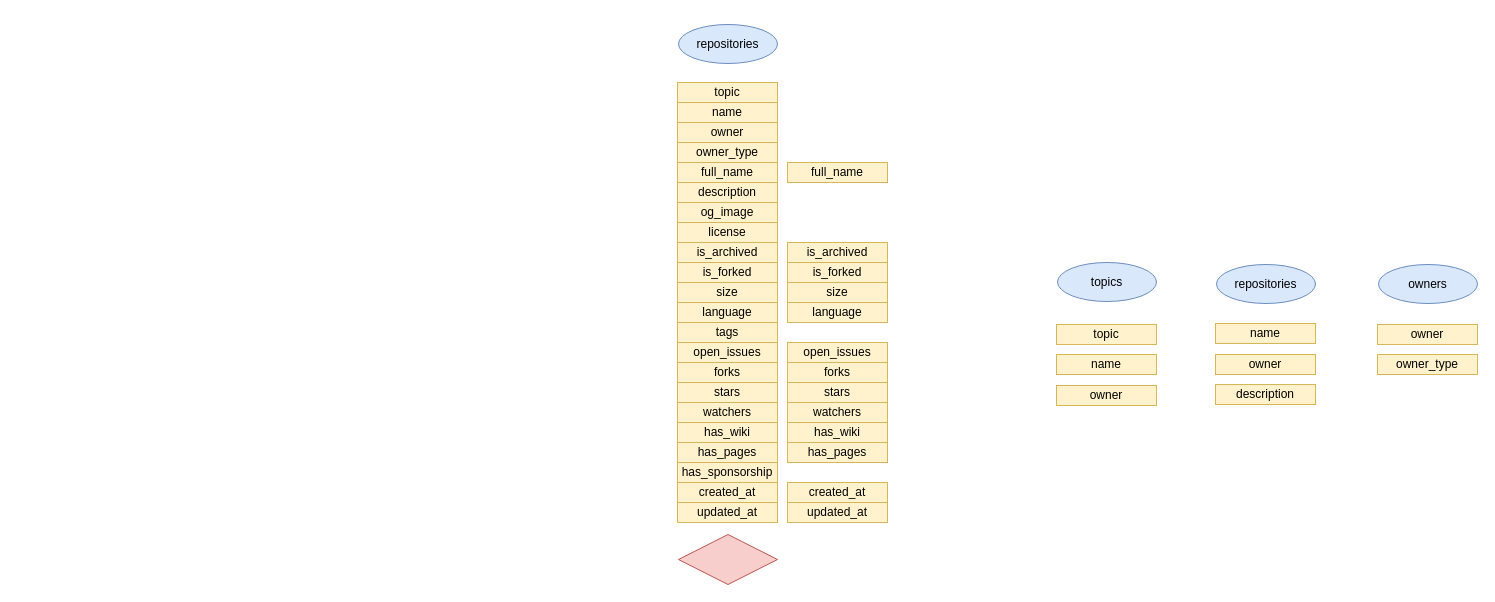
Above: er_model/ER.drawio in diegoalonso-sm/database-final-project (draw.io), before the change. Source tidied: cells renumbered, new cells numbered last; positions are measured from the earlier drawing's top-left corner, leaving out a move shared by most shapes. Both pictures are drawn from the tidied source at 100%, with x=0, y=0 at pixel (677, 24).
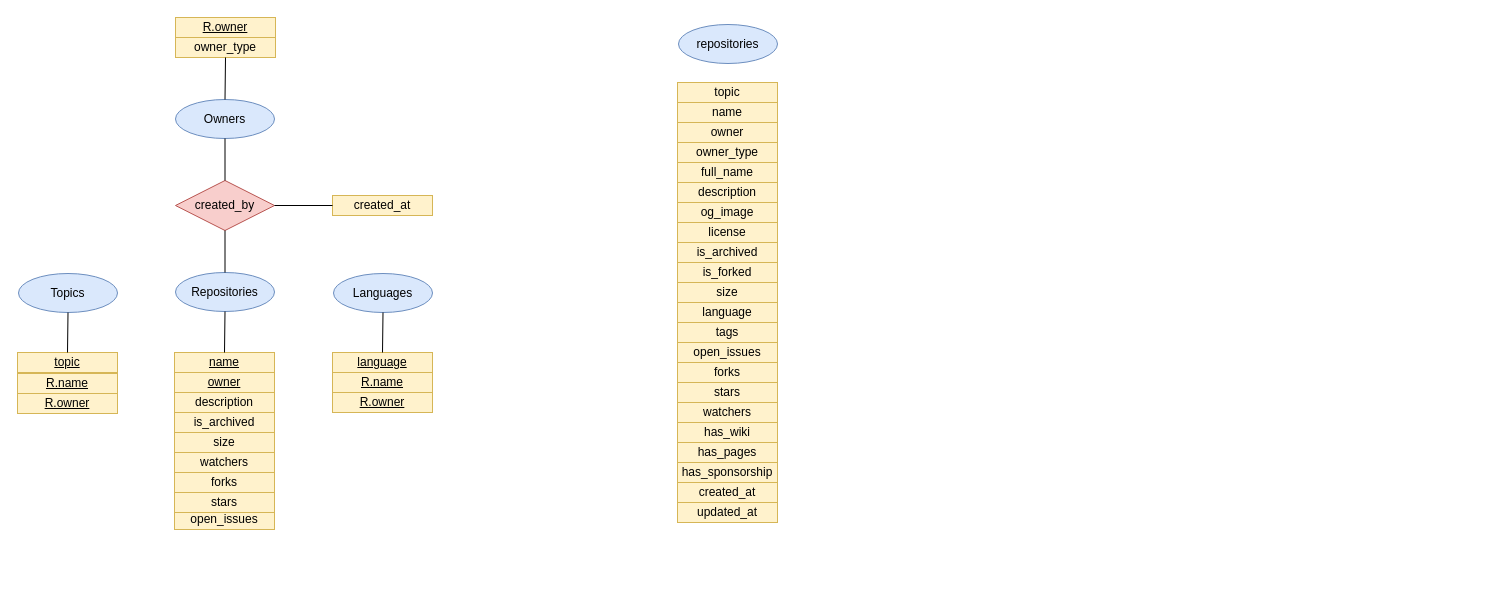
After the change.

What changed in the source:
```diff
@@
-    <mxCell id="24" style="rhombus;whiteSpace=wrap;html=1;fillColor=#f8cecc;strokeColor=#b85450;" parent="1" vertex="1">
-      <mxGeometry x="1" y="510" width="99" height="50" as="geometry" />
-    </mxCell>
     <mxCell id="25" value="owner_type" style="rounded=0;whiteSpace=wrap;html=1;fillColor=#fff2cc;strokeColor=#d6b656;" parent="1" vertex="1">
-      <mxGeometry x="700" y="330" width="100" height="20" as="geometry" />
+      <mxGeometry x="-502" y="13" width="100" height="20" as="geometry" />
     </mxCell>
-    <mxCell id="26" value="full_name" style="rounded=0;whiteSpace=wrap;html=1;fillColor=#fff2cc;strokeColor=#d6b656;" parent="1" vertex="1">
-      <mxGeometry x="110" y="138" width="100" height="20" as="geometry" />
-    </mxCell>
     <mxCell id="27" value="description" style="rounded=0;whiteSpace=wrap;html=1;fillColor=#fff2cc;strokeColor=#d6b656;" parent="1" vertex="1">
-      <mxGeometry x="538" y="360" width="100" height="20" as="geometry" />
+      <mxGeometry x="-503" y="368" width="100" height="20" as="geometry" />
     </mxCell>
     <mxCell id="28" value="is_archived" style="rounded=0;whiteSpace=wrap;html=1;fillColor=#fff2cc;strokeColor=#d6b656;" parent="1" vertex="1">
-      <mxGeometry x="110" y="218" width="100" height="20" as="geometry" />
+      <mxGeometry x="-503" y="388" width="100" height="20" as="geometry" />
     </mxCell>
-    <mxCell id="29" value="is_forked" style="rounded=0;whiteSpace=wrap;html=1;fillColor=#fff2cc;strokeColor=#d6b656;" parent="1" vertex="1">
-      <mxGeometry x="110" y="238" width="100" height="20" as="geometry" />
-    </mxCell>
     <mxCell id="30" value="size" style="rounded=0;whiteSpace=wrap;html=1;fillColor=#fff2cc;strokeColor=#d6b656;" parent="1" vertex="1">
-      <mxGeometry x="110" y="258" width="100" height="20" as="geometry" />
+      <mxGeometry x="-503" y="408" width="100" height="20" as="geometry" />
     </mxCell>
-    <mxCell id="31" value="language" style="rounded=0;whiteSpace=wrap;html=1;fillColor=#fff2cc;strokeColor=#d6b656;" parent="1" vertex="1">
-      <mxGeometry x="110" y="278" width="100" height="20" as="geometry" />
-    </mxCell>
     <mxCell id="32" value="open_issues" style="rounded=0;whiteSpace=wrap;html=1;fillColor=#fff2cc;strokeColor=#d6b656;" parent="1" vertex="1">
-      <mxGeometry x="110" y="318" width="100" height="20" as="geometry" />
+      <mxGeometry x="-503" y="485" width="100" height="20" as="geometry" />
     </mxCell>
     <mxCell id="33" value="forks" style="rounded=0;whiteSpace=wrap;html=1;fillColor=#fff2cc;strokeColor=#d6b656;" parent="1" vertex="1">
-      <mxGeometry x="110" y="338" width="100" height="20" as="geometry" />
+      <mxGeometry x="-503" y="448" width="100" height="20" as="geometry" />
     </mxCell>
     <mxCell id="34" value="stars" style="rounded=0;whiteSpace=wrap;html=1;fillColor=#fff2cc;strokeColor=#d6b656;" parent="1" vertex="1">
-      <mxGeometry x="110" y="358" width="100" height="20" as="geometry" />
+      <mxGeometry x="-503" y="468" width="100" height="20" as="geometry" />
     </mxCell>
     <mxCell id="35" value="watchers" style="rounded=0;whiteSpace=wrap;html=1;fillColor=#fff2cc;strokeColor=#d6b656;" parent="1" vertex="1">
-      <mxGeometry x="110" y="378" width="100" height="20" as="geometry" />
+      <mxGeometry x="-503" y="428" width="100" height="20" as="geometry" />
     </mxCell>
-    <mxCell id="36" value="has_wiki" style="rounded=0;whiteSpace=wrap;html=1;fillColor=#fff2cc;strokeColor=#d6b656;" parent="1" vertex="1">
-      <mxGeometry x="110" y="398" width="100" height="20" as="geometry" />
-    </mxCell>
-    <mxCell id="37" value="has_pages" style="rounded=0;whiteSpace=wrap;html=1;fillColor=#fff2cc;strokeColor=#d6b656;" parent="1" vertex="1">
-      <mxGeometry x="110" y="418" width="100" height="20" as="geometry" />
-    </mxCell>
     <mxCell id="38" value="created_at" style="rounded=0;whiteSpace=wrap;html=1;fillColor=#fff2cc;strokeColor=#d6b656;" parent="1" vertex="1">
-      <mxGeometry x="110" y="458" width="100" height="20" as="geometry" />
+      <mxGeometry x="-345" y="171" width="100" height="20" as="geometry" />
     </mxCell>
-    <mxCell id="39" value="updated_at" style="rounded=0;whiteSpace=wrap;html=1;fillColor=#fff2cc;strokeColor=#d6b656;" parent="1" vertex="1">
-      <mxGeometry x="110" y="478" width="100" height="20" as="geometry" />
-    </mxCell>
-    <mxCell id="40" value="repositories" style="ellipse;whiteSpace=wrap;html=1;fillColor=#dae8fc;strokeColor=#6c8ebf;" parent="1" vertex="1">
-      <mxGeometry x="539" y="240" width="99" height="39" as="geometry" />
+    <mxCell id="40" value="Repositories" style="ellipse;whiteSpace=wrap;html=1;fillColor=#dae8fc;strokeColor=#6c8ebf;" parent="1" vertex="1">
+      <mxGeometry x="-502" y="248" width="99" height="39" as="geometry" />
     </mxCell>
-    <mxCell id="41" value="name" style="rounded=0;whiteSpace=wrap;html=1;fillColor=#fff2cc;strokeColor=#d6b656;" parent="1" vertex="1">
-      <mxGeometry x="538" y="299" width="100" height="20" as="geometry" />
+    <mxCell id="41" value="&lt;u&gt;name&lt;/u&gt;" style="rounded=0;whiteSpace=wrap;html=1;fillColor=#fff2cc;strokeColor=#d6b656;" parent="1" vertex="1">
+      <mxGeometry x="-503" y="328" width="100" height="20" as="geometry" />
     </mxCell>
-    <mxCell id="42" value="owner" style="rounded=0;whiteSpace=wrap;html=1;fillColor=#fff2cc;strokeColor=#d6b656;" parent="1" vertex="1">
-      <mxGeometry x="538" y="330" width="100" height="20" as="geometry" />
-    </mxCell>
@@
-    <mxCell id="44" value="owners" style="ellipse;whiteSpace=wrap;html=1;fillColor=#dae8fc;strokeColor=#6c8ebf;" parent="1" vertex="1">
-      <mxGeometry x="701" y="240" width="99" height="39" as="geometry" />
+    <mxCell id="44" value="Owners" style="ellipse;whiteSpace=wrap;html=1;fillColor=#dae8fc;strokeColor=#6c8ebf;" parent="1" vertex="1">
+      <mxGeometry x="-502" y="75" width="99" height="39" as="geometry" />
     </mxCell>
-    <mxCell id="45" value="owner" style="rounded=0;whiteSpace=wrap;html=1;fillColor=#fff2cc;strokeColor=#d6b656;" parent="1" vertex="1">
-      <mxGeometry x="700" y="300" width="100" height="20" as="geometry" />
+    <mxCell id="45" value="&lt;u&gt;R.owner&lt;/u&gt;" style="rounded=0;whiteSpace=wrap;html=1;fillColor=#fff2cc;strokeColor=#d6b656;" parent="1" vertex="1">
+      <mxGeometry x="-502" y="-7" width="100" height="20" as="geometry" />
     </mxCell>
-    <mxCell id="46" value="topics" style="ellipse;whiteSpace=wrap;html=1;fillColor=#dae8fc;strokeColor=#6c8ebf;" parent="1" vertex="1">
-      <mxGeometry x="380" y="238" width="99" height="39" as="geometry" />
+    <mxCell id="46" value="Topics" style="ellipse;whiteSpace=wrap;html=1;fillColor=#dae8fc;strokeColor=#6c8ebf;" parent="1" vertex="1">
+      <mxGeometry x="-659" y="249" width="99" height="39" as="geometry" />
     </mxCell>
-    <mxCell id="47" value="topic" style="rounded=0;whiteSpace=wrap;html=1;fillColor=#fff2cc;strokeColor=#d6b656;" parent="1" vertex="1">
-      <mxGeometry x="379" y="300" width="100" height="20" as="geometry" />
+    <mxCell id="47" value="&lt;u&gt;topic&lt;/u&gt;" style="rounded=0;whiteSpace=wrap;html=1;fillColor=#fff2cc;strokeColor=#d6b656;" parent="1" vertex="1">
+      <mxGeometry x="-660" y="328" width="100" height="20" as="geometry" />
     </mxCell>
-    <mxCell id="48" value="name" style="rounded=0;whiteSpace=wrap;html=1;fillColor=#fff2cc;strokeColor=#d6b656;" parent="1" vertex="1">
-      <mxGeometry x="379" y="330" width="100" height="20" as="geometry" />
-    </mxCell>
-    <mxCell id="49" value="owner" style="rounded=0;whiteSpace=wrap;html=1;fillColor=#fff2cc;strokeColor=#d6b656;" parent="1" vertex="1">
-      <mxGeometry x="379" y="361" width="100" height="20" as="geometry" />
-    </mxCell>
+    <mxCell id="50" value="Languages" style="ellipse;whiteSpace=wrap;html=1;fillColor=#dae8fc;strokeColor=#6c8ebf;" parent="1" vertex="1">
+      <mxGeometry x="-344" y="249" width="99" height="39" as="geometry" />
+    </mxCell>
+    <mxCell id="31" value="&lt;u&gt;language&lt;/u&gt;" style="rounded=0;whiteSpace=wrap;html=1;fillColor=#fff2cc;strokeColor=#d6b656;" parent="1" vertex="1">
+      <mxGeometry x="-345" y="328" width="100" height="20" as="geometry" />
+    </mxCell>
+    <mxCell id="51" style="endArrow=none;html=1;rounded=0;exitX=0.5;exitY=1;exitDx=0;exitDy=0;entryX=0.5;entryY=0;entryDx=0;entryDy=0;" parent="1" edge="1" source="46" target="47">
+      <mxGeometry relative="1" as="geometry" />
+    </mxCell>
+    <mxCell id="52" style="endArrow=none;html=1;rounded=0;entryX=0.5;entryY=1;entryDx=0;entryDy=0;exitX=0.5;exitY=0;exitDx=0;exitDy=0;" parent="1" edge="1" source="41" target="40">
+      <mxGeometry relative="1" as="geometry" />
+    </mxCell>
+    <mxCell id="53" style="endArrow=none;html=1;rounded=0;entryX=0.5;entryY=1;entryDx=0;entryDy=0;exitX=0.5;exitY=0;exitDx=0;exitDy=0;" parent="1" edge="1" source="31" target="50">
+      <mxGeometry relative="1" as="geometry" />
+    </mxCell>
+    <mxCell id="54" value="created_by" style="rhombus;whiteSpace=wrap;html=1;fillColor=#f8cecc;strokeColor=#b85450;" parent="1" vertex="1">
+      <mxGeometry x="-502" y="156" width="99" height="50" as="geometry" />
+    </mxCell>
+    <mxCell id="55" style="endArrow=none;html=1;rounded=0;entryX=0.5;entryY=1;entryDx=0;entryDy=0;exitX=0.5;exitY=0;exitDx=0;exitDy=0;" parent="1" edge="1" source="40" target="54">
+      <mxGeometry relative="1" as="geometry" />
+    </mxCell>
+    <mxCell id="56" style="endArrow=none;html=1;rounded=0;entryX=0.5;entryY=1;entryDx=0;entryDy=0;exitX=0.5;exitY=0;exitDx=0;exitDy=0;" parent="1" edge="1" source="54" target="44">
+      <mxGeometry relative="1" as="geometry" />
+    </mxCell>
+    <mxCell id="57" style="endArrow=none;html=1;rounded=0;entryX=0;entryY=0.5;entryDx=0;entryDy=0;exitX=1;exitY=0.5;exitDx=0;exitDy=0;" parent="1" edge="1" source="54" target="38">
+      <mxGeometry relative="1" as="geometry" />
+    </mxCell>
+    <mxCell id="58" style="endArrow=none;html=1;rounded=0;exitX=0.5;exitY=0;exitDx=0;exitDy=0;entryX=0.5;entryY=1;entryDx=0;entryDy=0;" parent="1" edge="1" source="44" target="25">
+      <mxGeometry relative="1" as="geometry" />
+    </mxCell>
+    <mxCell id="59" value="&lt;u&gt;owner&lt;/u&gt;" style="rounded=0;whiteSpace=wrap;html=1;fillColor=#fff2cc;strokeColor=#d6b656;" parent="1" vertex="1">
+      <mxGeometry x="-503" y="348" width="100" height="20" as="geometry" />
+    </mxCell>
+    <mxCell id="60" value="&lt;u&gt;R.name&lt;/u&gt;" style="rounded=0;whiteSpace=wrap;html=1;fillColor=#fff2cc;strokeColor=#d6b656;" parent="1" vertex="1">
+      <mxGeometry x="-660" y="349" width="100" height="20" as="geometry" />
+    </mxCell>
+    <mxCell id="61" value="&lt;u&gt;R.owner&lt;/u&gt;" style="rounded=0;whiteSpace=wrap;html=1;fillColor=#fff2cc;strokeColor=#d6b656;" parent="1" vertex="1">
+      <mxGeometry x="-660" y="369" width="100" height="20" as="geometry" />
+    </mxCell>
+    <mxCell id="62" value="&lt;u&gt;R.name&lt;/u&gt;" style="rounded=0;whiteSpace=wrap;html=1;fillColor=#fff2cc;strokeColor=#d6b656;" parent="1" vertex="1">
+      <mxGeometry x="-345" y="348" width="100" height="20" as="geometry" />
+    </mxCell>
+    <mxCell id="63" value="&lt;u&gt;R.owner&lt;/u&gt;" style="rounded=0;whiteSpace=wrap;html=1;fillColor=#fff2cc;strokeColor=#d6b656;" parent="1" vertex="1">
+      <mxGeometry x="-345" y="368" width="100" height="20" as="geometry" />
+    </mxCell>
```
